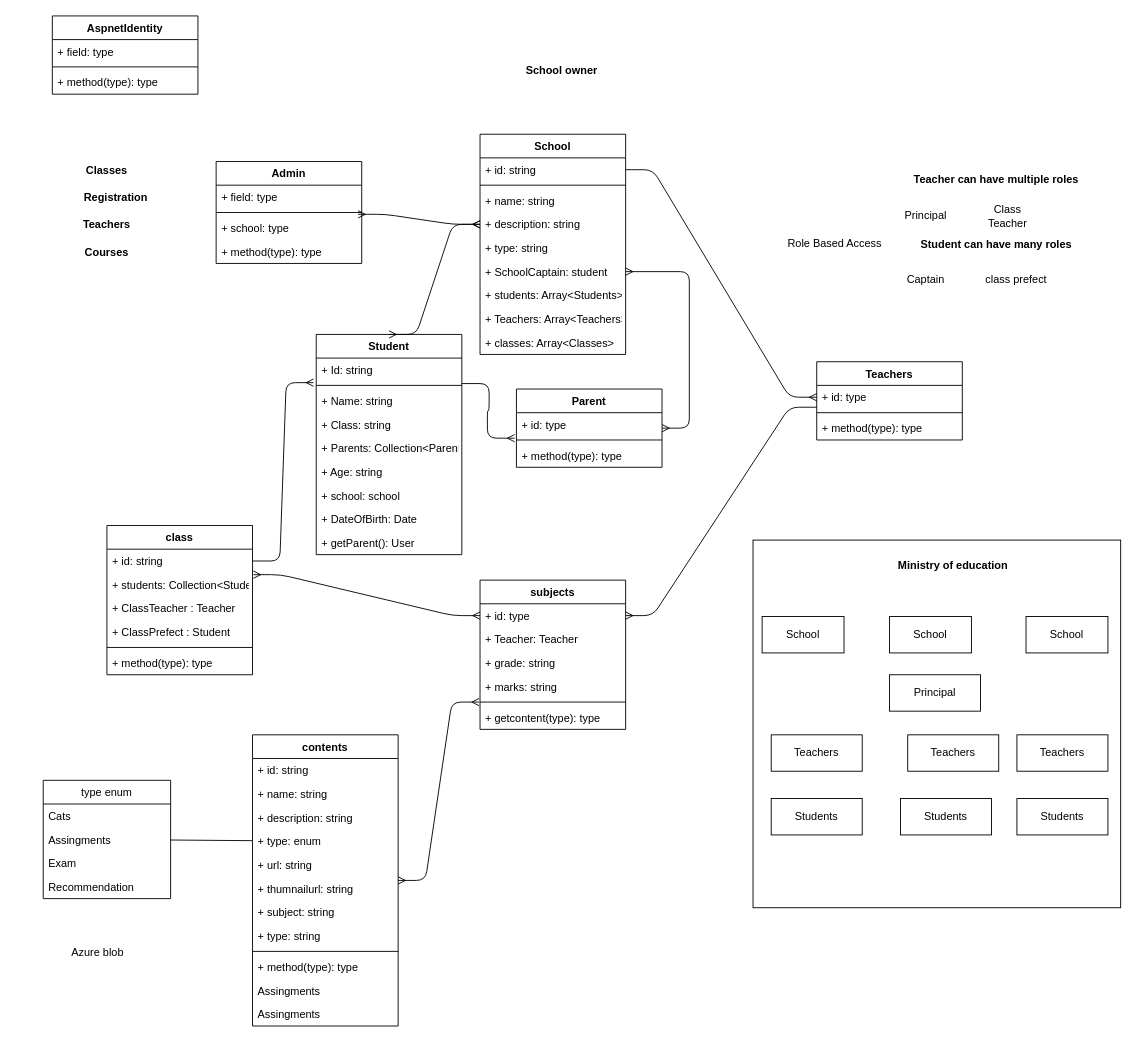
Before: drawio.drawio in eduuh/razorpages, a draw.io diagram. Source tidied: cells renumbered, new cells numbered last; positions are measured from the earlier drawing's top-left corner, leaving out a move shared by most shapes. Both pictures are drawn from the tidied source at 91%, with x=0, y=0 at pixel (43, 15).
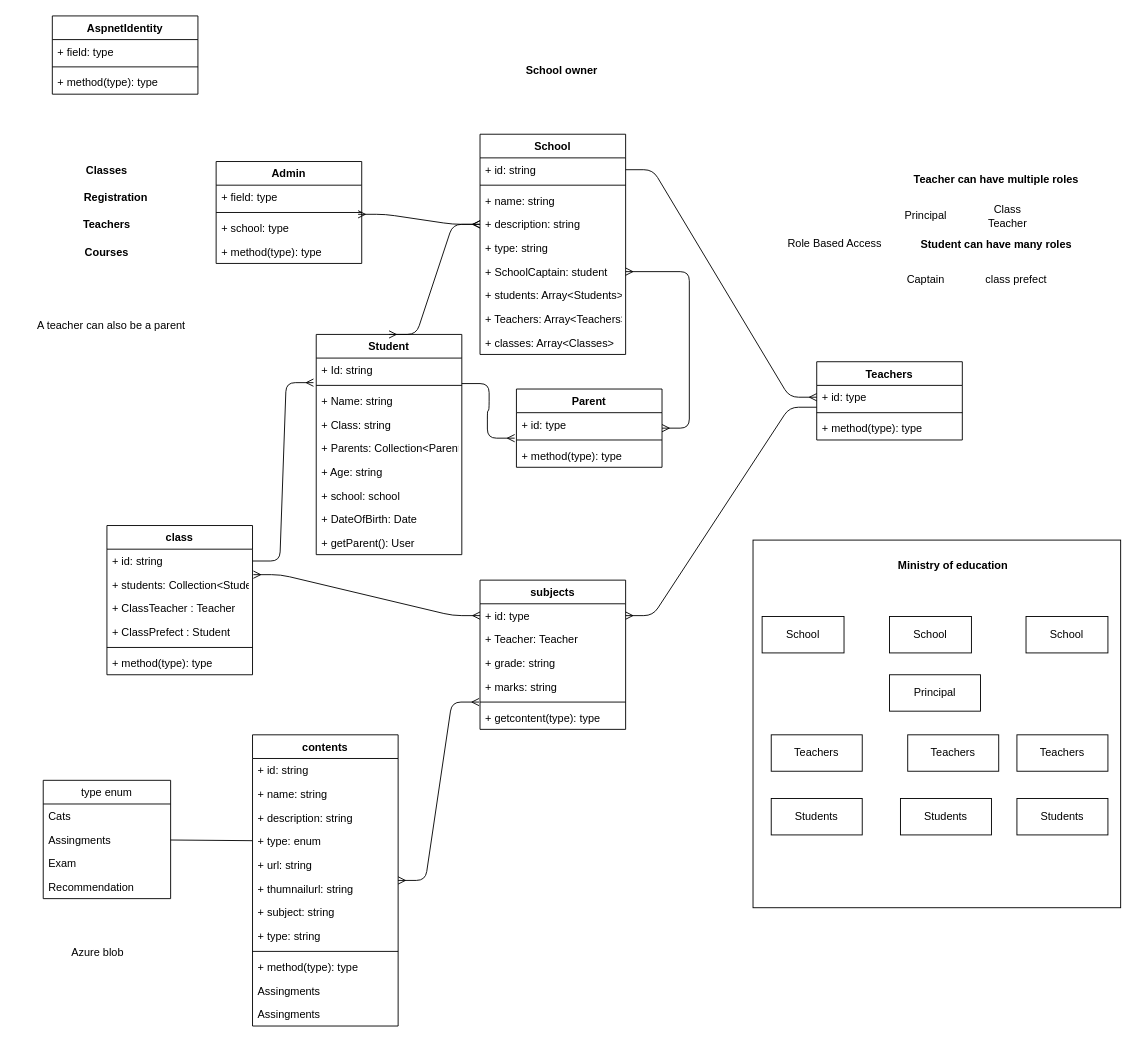
After the change.

What changed in the source:
```diff
@@
+    <mxCell id="106" value="A teacher can also be a parent" style="text;html=1;strokeColor=none;fillColor=none;align=center;verticalAlign=middle;whiteSpace=wrap;rounded=0;" parent="1" vertex="1">
+      <mxGeometry x="-30" y="330" width="210" height="20" as="geometry" />
+    </mxCell>
```
